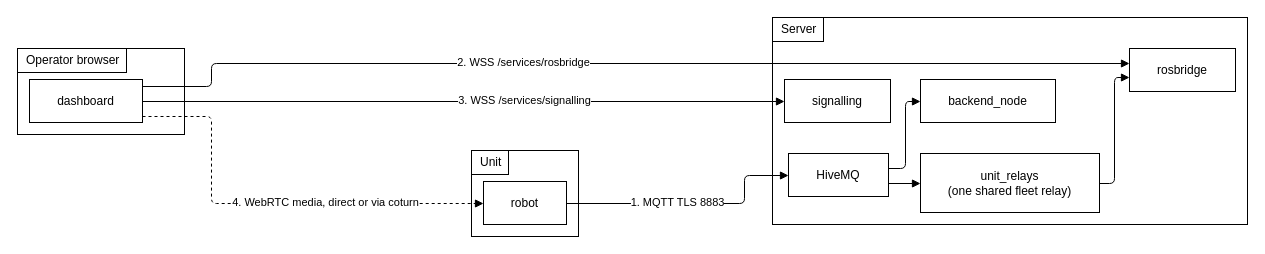
The draw.io diagram docs/setup/diagrams/system-setup-overview.drawio in itbdelaboprogramming/msd700_documentation, before the edit. Source tidied: cells renumbered, new cells numbered last; positions are measured from the earlier drawing's top-left corner, leaving out a move shared by most shapes. Both pictures are drawn from the tidied source at 100%, with x=0, y=0 at pixel (17, 17).
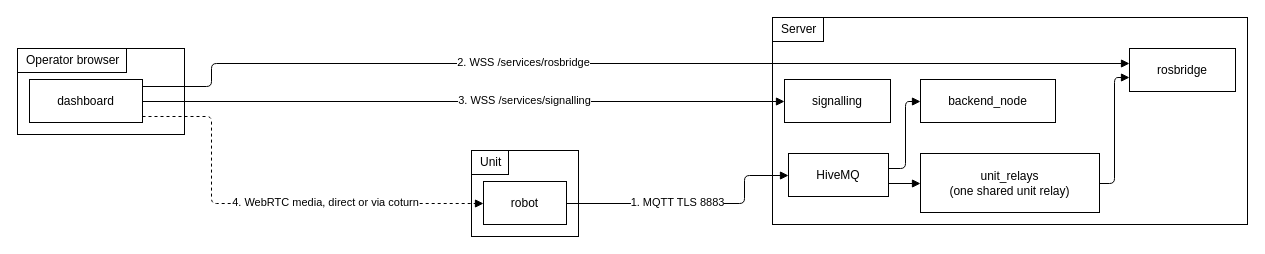
The same diagram, later.

The change refers to these unchanged cells:
```xml
<mxCell id="2" style="rounded=0;html=1;whiteSpace=wrap;fillColor=#ffffff;strokeColor=#000000;" parent="1" vertex="1">
  <mxGeometry x="755" width="475" height="207" as="geometry" />
</mxCell>
```

Change to the diagram source:
```diff
@@
-    <mxCell id="8" value="unit_relays&lt;br&gt;(one shared fleet relay)" style="html=1;whiteSpace=wrap;fillColor=#ffffff;strokeColor=#000000;rounded=0;fontFamily=Helvetica;fontSize=12;fontColor=#000000;" parent="2" vertex="1">
+    <mxCell id="8" value="unit_relays&lt;br&gt;(one shared unit relay)" style="html=1;whiteSpace=wrap;fillColor=#ffffff;strokeColor=#000000;rounded=0;fontFamily=Helvetica;fontSize=12;fontColor=#000000;" parent="2" vertex="1">
       <mxGeometry x="148" y="136" width="179" height="59" as="geometry" />
     </mxCell>
```
